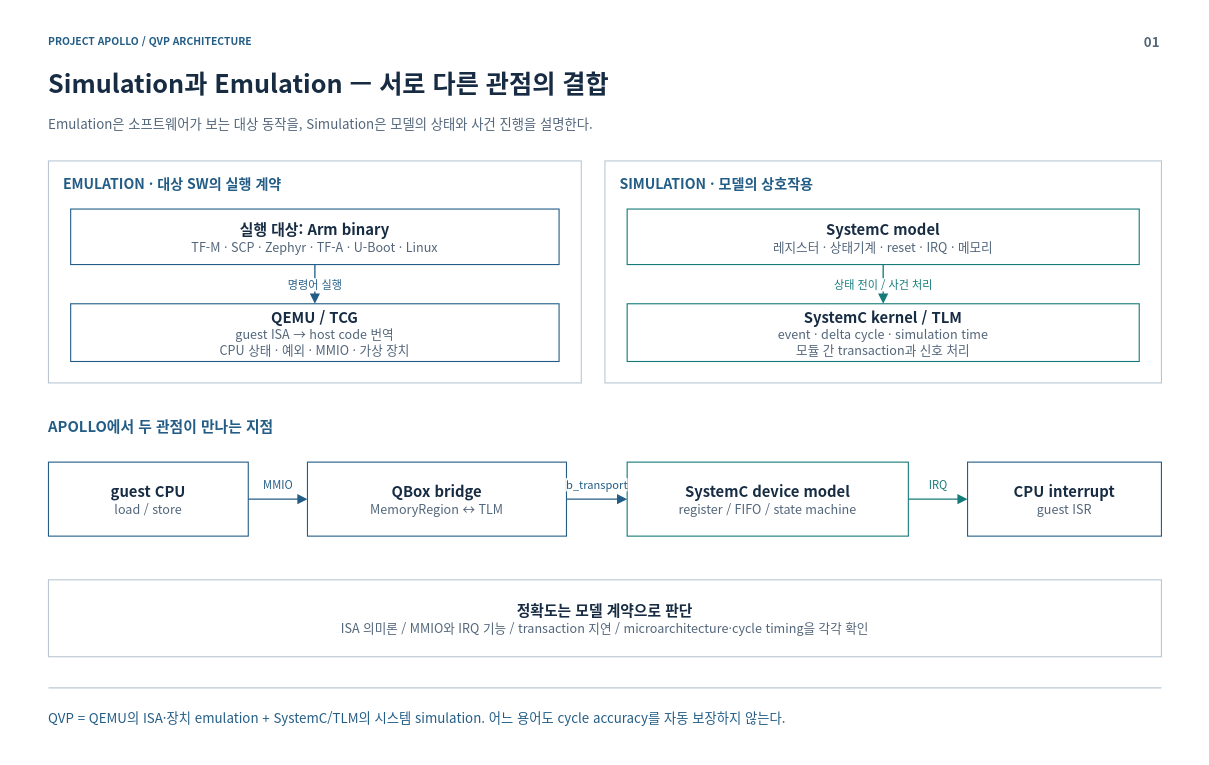
Above: page "01-modeling" (1 of 13) of doc/phase1/qbox/apollo-qvp-architecture.drawio in cometzero/project-apollo (draw.io), before the change. Source tidied: cells renumbered, new cells numbered last; positions are measured from the earlier drawing's top-left corner, leaving out a move shared by most shapes. Both pictures are drawn from the tidied source at 74%, with x=0, y=0 at pixel (13, 13).
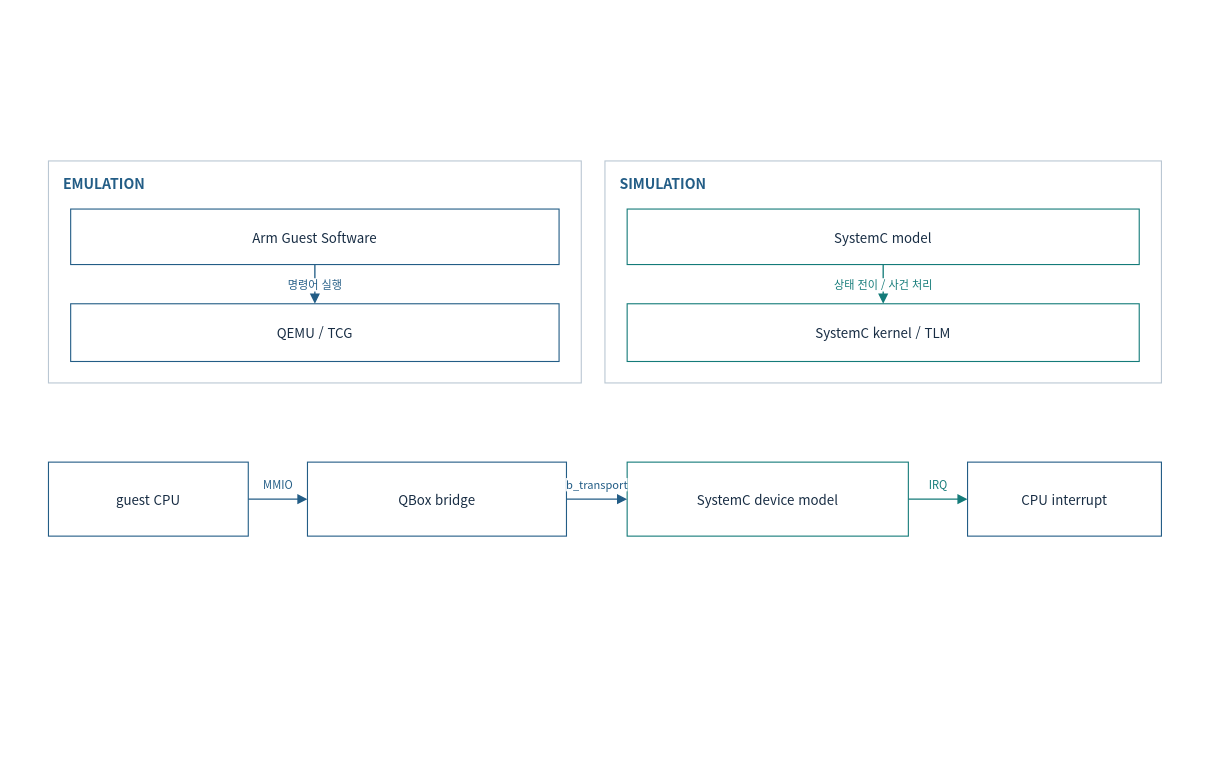
The same page after the edit.

Diff of the diagram source:
```diff
@@
-    <mxCell id="2" style="rounded=0;whiteSpace=wrap;html=1;fillColor=#FFFFFF;strokeColor=none;strokeWidth=1.5;fontColor=#172C43;fontFamily=Noto Sans CJK KR;fontSize=18;spacing=14;" parent="1" vertex="1">
-      <mxGeometry width="1600" height="1000" as="geometry" />
-    </mxCell>
-    <mxCell id="3" value="PROJECT APOLLO  /  QVP ARCHITECTURE" style="rounded=0;whiteSpace=wrap;html=1;fillColor=#FFFFFF;strokeColor=none;strokeWidth=1.5;fontColor=#172C43;fontFamily=Noto Sans CJK KR;fontSize=18;spacing=14;fillColor=none;align=left;verticalAlign=middle;spacing=0;fontSize=14;fontColor=#235D86;fontStyle=1;" parent="1" vertex="1">
-      <mxGeometry x="48" y="26" width="1400" height="24" as="geometry" />
-    </mxCell>
-    <mxCell id="4" value="01" style="rounded=0;whiteSpace=wrap;html=1;fillColor=#FFFFFF;strokeColor=none;strokeWidth=1.5;fontColor=#172C43;fontFamily=Noto Sans CJK KR;fontSize=18;spacing=14;fillColor=none;align=right;verticalAlign=middle;spacing=0;fontSize=18;fontColor=#52657A;fontStyle=1;" parent="1" vertex="1">
-      <mxGeometry x="1485" y="23" width="65" height="30" as="geometry" />
-    </mxCell>
-    <mxCell id="5" value="Simulation과 Emulation — 서로 다른 관점의 결합" style="rounded=0;whiteSpace=wrap;html=1;fillColor=#FFFFFF;strokeColor=none;strokeWidth=1.5;fontColor=#172C43;fontFamily=Noto Sans CJK KR;fontSize=18;spacing=14;fillColor=none;align=left;verticalAlign=middle;spacing=0;fontSize=34;fontColor=#172C43;fontStyle=1;" parent="1" vertex="1">
-      <mxGeometry x="48" y="67" width="1504" height="54" as="geometry" />
-    </mxCell>
-    <mxCell id="6" value="Emulation은 소프트웨어가 보는 대상 동작을, Simulation은 모델의 상태와 사건 진행을 설명한다." style="rounded=0;whiteSpace=wrap;html=1;fillColor=#FFFFFF;strokeColor=none;strokeWidth=1.5;fontColor=#172C43;fontFamily=Noto Sans CJK KR;fontSize=18;spacing=14;fillColor=none;align=left;verticalAlign=middle;spacing=0;fontSize=18;fontColor=#52657A;" parent="1" vertex="1">
-      <mxGeometry x="48" y="127" width="1504" height="44" as="geometry" />
-    </mxCell>
-    <mxCell id="7" style="html=1;rounded=0;edgeStyle=none;endArrow=none;endSize=9;strokeColor=#BAC7D3;strokeWidth=1.6;fontColor=#BAC7D3;fontFamily=Noto Sans CJK KR;fontSize=15;labelBackgroundColor=#FFFFFF;" parent="1" edge="1">
-      <mxGeometry relative="1" as="geometry">
-        <mxPoint x="48" y="912" as="sourcePoint" />
-        <mxPoint x="1552" y="912" as="targetPoint" />
-      </mxGeometry>
-    </mxCell>
-    <mxCell id="8" value="QVP = QEMU의 ISA·장치 emulation + SystemC/TLM의 시스템 simulation. 어느 용어도 cycle accuracy를 자동 보장하지 않는다." style="rounded=0;whiteSpace=wrap;html=1;fillColor=#FFFFFF;strokeColor=none;strokeWidth=1.5;fontColor=#172C43;fontFamily=Noto Sans CJK KR;fontSize=18;spacing=14;fillColor=none;align=left;verticalAlign=middle;spacing=0;fontSize=18;fontColor=#235D86;" parent="1" vertex="1">
-      <mxGeometry x="48" y="926" width="1504" height="52" as="geometry" />
-    </mxCell>
@@
-    <mxCell id="10" value="EMULATION  ·  대상 SW의 실행 계약" style="rounded=0;whiteSpace=wrap;html=1;fillColor=#FFFFFF;strokeColor=none;strokeWidth=1.5;fontColor=#172C43;fontFamily=Noto Sans CJK KR;fontSize=18;spacing=14;fillColor=none;align=left;verticalAlign=middle;spacing=0;fontSize=19;fontColor=#235D86;fontStyle=1;" parent="1" vertex="1">
+    <mxCell id="10" value="EMULATION" style="rounded=0;whiteSpace=wrap;html=1;fillColor=#FFFFFF;strokeColor=none;strokeWidth=1.5;fontColor=#172C43;fontFamily=Noto Sans CJK KR;fontSize=18;spacing=14;fillColor=none;align=left;verticalAlign=middle;spacing=0;fontSize=19;fontColor=#235D86;fontStyle=1;" parent="1" vertex="1">
       <mxGeometry x="68" y="215" width="680" height="32" as="geometry" />
     </mxCell>
-    <mxCell id="11" value="&lt;b style=&quot;font-size:20px&quot;&gt;실행 대상: Arm binary&lt;/b&gt;&lt;br&gt;&lt;font color=&quot;#52657A&quot; style=&quot;font-size:17px&quot;&gt;TF-M · SCP · Zephyr · TF-A · U-Boot · Linux&lt;/font&gt;" style="rounded=0;whiteSpace=wrap;html=1;fillColor=#FFFFFF;strokeColor=#235D86;strokeWidth=1.5;fontColor=#172C43;fontFamily=Noto Sans CJK KR;fontSize=18;spacing=14;" parent="1" vertex="1">
+    <mxCell id="11" value="Arm Guest Software" style="rounded=0;whiteSpace=wrap;html=1;fillColor=#FFFFFF;strokeColor=#235D86;strokeWidth=1.5;fontColor=#172C43;fontFamily=Noto Sans CJK KR;fontSize=18;spacing=14;" parent="1" vertex="1">
       <mxGeometry x="78" y="265" width="660" height="75" as="geometry" />
     </mxCell>
-    <mxCell id="12" value="&lt;b style=&quot;font-size:20px&quot;&gt;QEMU / TCG&lt;/b&gt;&lt;br&gt;&lt;font color=&quot;#52657A&quot; style=&quot;font-size:17px&quot;&gt;guest ISA → host code 번역&lt;br&gt;CPU 상태 · 예외 · MMIO · 가상 장치&lt;/font&gt;" style="rounded=0;whiteSpace=wrap;html=1;fillColor=#FFFFFF;strokeColor=#235D86;strokeWidth=1.5;fontColor=#172C43;fontFamily=Noto Sans CJK KR;fontSize=18;spacing=14;" parent="1" vertex="1">
+    <mxCell id="12" value="QEMU / TCG" style="rounded=0;whiteSpace=wrap;html=1;fillColor=#FFFFFF;strokeColor=#235D86;strokeWidth=1.5;fontColor=#172C43;fontFamily=Noto Sans CJK KR;fontSize=18;spacing=14;" parent="1" vertex="1">
       <mxGeometry x="78" y="393" width="660" height="78" as="geometry" />
     </mxCell>
@@
-    <mxCell id="15" value="SIMULATION  ·  모델의 상호작용" style="rounded=0;whiteSpace=wrap;html=1;fillColor=#FFFFFF;strokeColor=none;strokeWidth=1.5;fontColor=#172C43;fontFamily=Noto Sans CJK KR;fontSize=18;spacing=14;fillColor=none;align=left;verticalAlign=middle;spacing=0;fontSize=19;fontColor=#235D86;fontStyle=1;" parent="1" vertex="1">
+    <mxCell id="15" value="SIMULATION" style="rounded=0;whiteSpace=wrap;html=1;fillColor=#FFFFFF;strokeColor=none;strokeWidth=1.5;fontColor=#172C43;fontFamily=Noto Sans CJK KR;fontSize=18;spacing=14;fillColor=none;align=left;verticalAlign=middle;spacing=0;fontSize=19;fontColor=#235D86;fontStyle=1;" parent="1" vertex="1">
       <mxGeometry x="820" y="215" width="712" height="32" as="geometry" />
     </mxCell>
-    <mxCell id="16" value="&lt;b style=&quot;font-size:20px&quot;&gt;SystemC model&lt;/b&gt;&lt;br&gt;&lt;font color=&quot;#52657A&quot; style=&quot;font-size:17px&quot;&gt;레지스터 · 상태기계 · reset · IRQ · 메모리&lt;/font&gt;" style="rounded=0;whiteSpace=wrap;html=1;fillColor=#FFFFFF;strokeColor=#147B79;strokeWidth=1.5;fontColor=#172C43;fontFamily=Noto Sans CJK KR;fontSize=18;spacing=14;" parent="1" vertex="1">
+    <mxCell id="16" value="SystemC model" style="rounded=0;whiteSpace=wrap;html=1;fillColor=#FFFFFF;strokeColor=#147B79;strokeWidth=1.5;fontColor=#172C43;fontFamily=Noto Sans CJK KR;fontSize=18;spacing=14;" parent="1" vertex="1">
       <mxGeometry x="830" y="265" width="692" height="75" as="geometry" />
     </mxCell>
-    <mxCell id="17" value="&lt;b style=&quot;font-size:20px&quot;&gt;SystemC kernel / TLM&lt;/b&gt;&lt;br&gt;&lt;font color=&quot;#52657A&quot; style=&quot;font-size:17px&quot;&gt;event · delta cycle · simulation time&lt;br&gt;모듈 간 transaction과 신호 처리&lt;/font&gt;" style="rounded=0;whiteSpace=wrap;html=1;fillColor=#FFFFFF;strokeColor=#147B79;strokeWidth=1.5;fontColor=#172C43;fontFamily=Noto Sans CJK KR;fontSize=18;spacing=14;" parent="1" vertex="1">
+    <mxCell id="17" value="SystemC kernel / TLM" style="rounded=0;whiteSpace=wrap;html=1;fillColor=#FFFFFF;strokeColor=#147B79;strokeWidth=1.5;fontColor=#172C43;fontFamily=Noto Sans CJK KR;fontSize=18;spacing=14;" parent="1" vertex="1">
       <mxGeometry x="830" y="393" width="692" height="78" as="geometry" />
     </mxCell>
@@
-    <mxCell id="19" value="APOLLO에서 두 관점이 만나는 지점" style="rounded=0;whiteSpace=wrap;html=1;fillColor=#FFFFFF;strokeColor=none;strokeWidth=1.5;fontColor=#172C43;fontFamily=Noto Sans CJK KR;fontSize=18;spacing=14;fillColor=none;align=left;verticalAlign=middle;spacing=0;fontSize=20;fontColor=#235D86;fontStyle=1;" parent="1" vertex="1">
-      <mxGeometry x="48" y="540" width="1504" height="36" as="geometry" />
-    </mxCell>
-    <mxCell id="20" value="&lt;b style=&quot;font-size:20px&quot;&gt;guest CPU&lt;/b&gt;&lt;br&gt;&lt;font color=&quot;#52657A&quot; style=&quot;font-size:17px&quot;&gt;load / store&lt;/font&gt;" style="rounded=0;whiteSpace=wrap;html=1;fillColor=#FFFFFF;strokeColor=#235D86;strokeWidth=1.5;fontColor=#172C43;fontFamily=Noto Sans CJK KR;fontSize=18;spacing=14;" parent="1" vertex="1">
+    <mxCell id="20" value="guest CPU" style="rounded=0;whiteSpace=wrap;html=1;fillColor=#FFFFFF;strokeColor=#235D86;strokeWidth=1.5;fontColor=#172C43;fontFamily=Noto Sans CJK KR;fontSize=18;spacing=14;" parent="1" vertex="1">
       <mxGeometry x="48" y="607" width="270" height="100" as="geometry" />
     </mxCell>
-    <mxCell id="21" value="&lt;b style=&quot;font-size:20px&quot;&gt;QBox bridge&lt;/b&gt;&lt;br&gt;&lt;font color=&quot;#52657A&quot; style=&quot;font-size:17px&quot;&gt;MemoryRegion ↔ TLM&lt;/font&gt;" style="rounded=0;whiteSpace=wrap;html=1;fillColor=#FFFFFF;strokeColor=#235D86;strokeWidth=1.5;fontColor=#172C43;fontFamily=Noto Sans CJK KR;fontSize=18;spacing=14;" parent="1" vertex="1">
+    <mxCell id="21" value="QBox bridge" style="rounded=0;whiteSpace=wrap;html=1;fillColor=#FFFFFF;strokeColor=#235D86;strokeWidth=1.5;fontColor=#172C43;fontFamily=Noto Sans CJK KR;fontSize=18;spacing=14;" parent="1" vertex="1">
       <mxGeometry x="398" y="607" width="350" height="100" as="geometry" />
     </mxCell>
-    <mxCell id="22" value="&lt;b style=&quot;font-size:20px&quot;&gt;SystemC device model&lt;/b&gt;&lt;br&gt;&lt;font color=&quot;#52657A&quot; style=&quot;font-size:17px&quot;&gt;register / FIFO / state machine&lt;/font&gt;" style="rounded=0;whiteSpace=wrap;html=1;fillColor=#FFFFFF;strokeColor=#147B79;strokeWidth=1.5;fontColor=#172C43;fontFamily=Noto Sans CJK KR;fontSize=18;spacing=14;" parent="1" vertex="1">
+    <mxCell id="22" value="SystemC device model" style="rounded=0;whiteSpace=wrap;html=1;fillColor=#FFFFFF;strokeColor=#147B79;strokeWidth=1.5;fontColor=#172C43;fontFamily=Noto Sans CJK KR;fontSize=18;spacing=14;" parent="1" vertex="1">
       <mxGeometry x="830" y="607" width="380" height="100" as="geometry" />
     </mxCell>
-    <mxCell id="23" value="&lt;b style=&quot;font-size:20px&quot;&gt;CPU interrupt&lt;/b&gt;&lt;br&gt;&lt;font color=&quot;#52657A&quot; style=&quot;font-size:17px&quot;&gt;guest ISR&lt;/font&gt;" style="rounded=0;whiteSpace=wrap;html=1;fillColor=#FFFFFF;strokeColor=#235D86;strokeWidth=1.5;fontColor=#172C43;fontFamily=Noto Sans CJK KR;fontSize=18;spacing=14;" parent="1" vertex="1">
+    <mxCell id="23" value="CPU interrupt" style="rounded=0;whiteSpace=wrap;html=1;fillColor=#FFFFFF;strokeColor=#235D86;strokeWidth=1.5;fontColor=#172C43;fontFamily=Noto Sans CJK KR;fontSize=18;spacing=14;" parent="1" vertex="1">
       <mxGeometry x="1290" y="607" width="262" height="100" as="geometry" />
     </mxCell>
@@
-    <mxCell id="27" value="&lt;b style=&quot;font-size:20px&quot;&gt;정확도는 모델 계약으로 판단&lt;/b&gt;&lt;br&gt;&lt;font color=&quot;#52657A&quot; style=&quot;font-size:17px&quot;&gt;ISA 의미론 / MMIO와 IRQ 기능 / transaction 지연 / microarchitecture·cycle timing을 각각 확인&lt;/font&gt;" style="rounded=0;whiteSpace=wrap;html=1;fillColor=#FFFFFF;strokeColor=#BAC7D3;strokeWidth=1.5;fontColor=#172C43;fontFamily=Noto Sans CJK KR;fontSize=18;spacing=14;" parent="1" vertex="1">
-      <mxGeometry x="48" y="766" width="1504" height="104" as="geometry" />
-    </mxCell>
```
